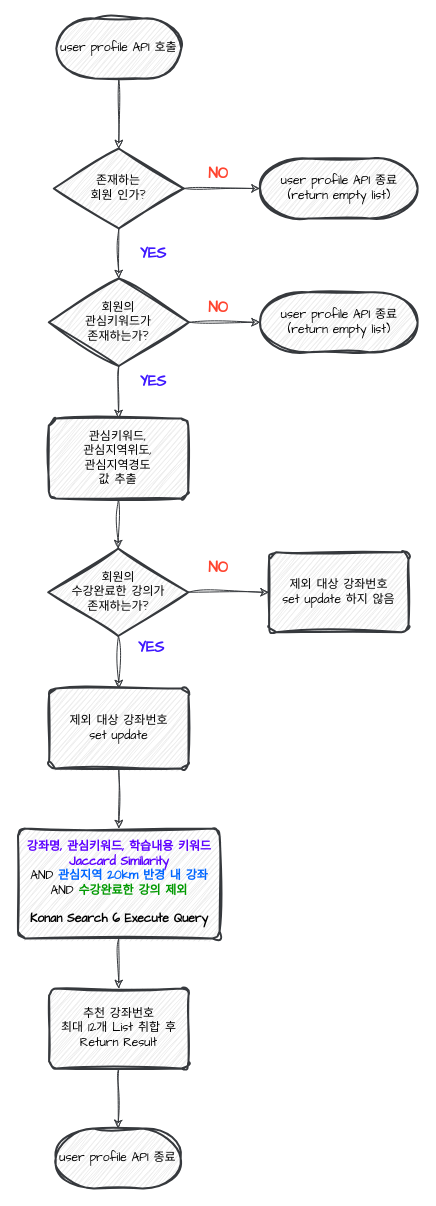
Above: user_profile.drawio in k1mtaeye07/nile (draw.io), before the change. Source tidied: cells renumbered, new cells numbered last; positions are measured from the earlier drawing's top-left corner, leaving out a move shared by most shapes. Both pictures are drawn from the tidied source at 100%, with x=0, y=0 at pixel (18, 18).
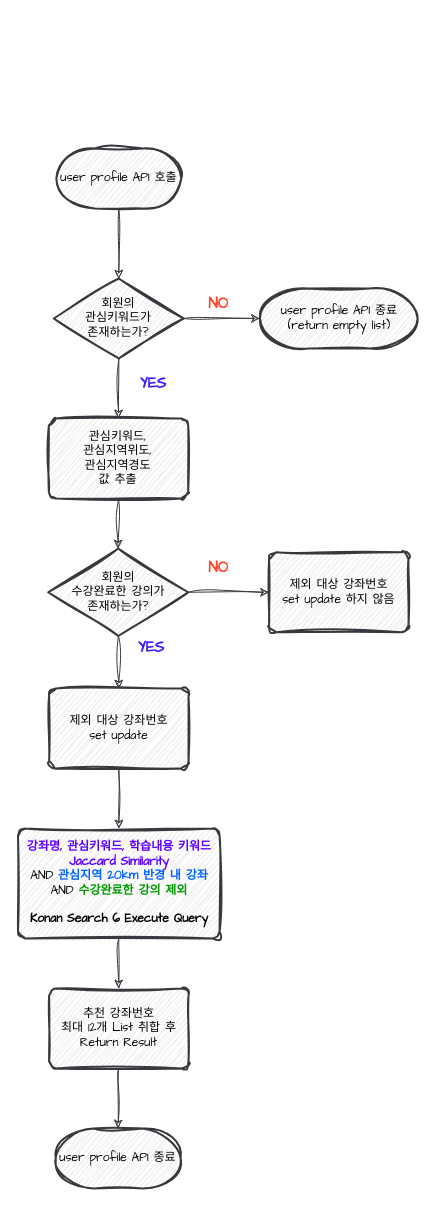
The same page after the edit.

Unchanged cells that the change refers to:
```xml
<mxCell id="14" value="관심키워드,&lt;div&gt;관심지역위도,&lt;/div&gt;&lt;div&gt;관심지역경도&lt;/div&gt;&lt;div&gt;값 추출&lt;/div&gt;" style="rounded=1;whiteSpace=wrap;html=1;absoluteArcSize=1;arcSize=14;strokeWidth=2;sketch=1;hachureGap=4;jiggle=2;curveFitting=1;fontFamily=Architects Daughter;fillColor=#eeeeee;strokeColor=#36393d;" parent="1" vertex="1">
  <mxGeometry x="30.3" y="400" width="139.4" height="80" as="geometry" />
</mxCell>
```

Diff of the diagram source:
```diff
@@
     <mxCell id="2" value="user profile API 호출" style="strokeWidth=2;html=1;shape=mxgraph.flowchart.terminator;whiteSpace=wrap;sketch=1;hachureGap=4;jiggle=2;curveFitting=1;fontFamily=Architects Daughter;labelBackgroundColor=none;fontStyle=0;fillColor=#eeeeee;strokeColor=#36393d;" parent="1" vertex="1">
-      <mxGeometry x="37.8" width="125" height="60" as="geometry" />
+      <mxGeometry x="37.8" y="130" width="125" height="60" as="geometry" />
     </mxCell>
@@
-    <mxCell id="4" value="존재하는&lt;div&gt;회원 인가?&lt;/div&gt;" style="strokeWidth=2;html=1;shape=mxgraph.flowchart.decision;whiteSpace=wrap;sketch=1;hachureGap=4;jiggle=2;curveFitting=1;fontFamily=Architects Daughter;fillColor=#eeeeee;strokeColor=#36393d;" parent="1" vertex="1">
-      <mxGeometry x="35.3" y="130" width="130" height="80" as="geometry" />
+    <mxCell id="4" value="회원의&lt;div&gt;관심키워드가&lt;div&gt;존재하는가?&lt;/div&gt;&lt;/div&gt;" style="strokeWidth=2;html=1;shape=mxgraph.flowchart.decision;whiteSpace=wrap;sketch=1;hachureGap=4;jiggle=2;curveFitting=1;fontFamily=Architects Daughter;fillColor=#eeeeee;strokeColor=#36393d;" parent="1" vertex="1">
+      <mxGeometry x="35.3" y="260" width="130" height="80" as="geometry" />
     </mxCell>
@@
     <mxCell id="6" value="YES" style="text;html=1;align=center;verticalAlign=middle;whiteSpace=wrap;rounded=0;fontFamily=Architects Daughter;fontSize=15;fillColor=none;fontStyle=1;fontColor=#3E17FF;" parent="1" vertex="1">
-      <mxGeometry x="105.3" y="220" width="60" height="30" as="geometry" />
+      <mxGeometry x="105.3" y="350" width="60" height="30" as="geometry" />
     </mxCell>
-    <mxCell id="7" style="endArrow=classic;html=1;rounded=0;sketch=1;hachureGap=4;jiggle=2;curveFitting=1;fontFamily=Architects Daughter;exitX=0.5;exitY=1;exitDx=0;exitDy=0;exitPerimeter=0;entryX=0.5;entryY=0;entryDx=0;entryDy=0;entryPerimeter=0;fillColor=#eeeeee;strokeColor=#36393d;" parent="1" edge="1" source="4" target="9">
+    <mxCell id="7" style="endArrow=classic;html=1;rounded=0;sketch=1;hachureGap=4;jiggle=2;curveFitting=1;fontFamily=Architects Daughter;exitX=0.5;exitY=1;exitDx=0;exitDy=0;exitPerimeter=0;fillColor=#eeeeee;strokeColor=#36393d;" parent="1" edge="1" source="4" target="14">
       <mxGeometry relative="1" as="geometry" />
     </mxCell>
     <mxCell id="8" value="user profile API&amp;nbsp;&lt;span style=&quot;background-color: initial;&quot;&gt;종료&lt;/span&gt;&lt;div&gt;&lt;span style=&quot;background-color: initial;&quot;&gt;(return empty list)&lt;/span&gt;&lt;/div&gt;" style="strokeWidth=2;html=1;shape=mxgraph.flowchart.terminator;whiteSpace=wrap;sketch=1;hachureGap=4;jiggle=2;curveFitting=1;fontFamily=Architects Daughter;fillColor=#eeeeee;strokeColor=#36393d;" parent="1" vertex="1">
-      <mxGeometry x="241.6" y="140" width="157.5" height="60" as="geometry" />
+      <mxGeometry x="241.6" y="270" width="157.5" height="60" as="geometry" />
     </mxCell>
-    <mxCell id="9" value="회원의&lt;div&gt;관심키워드가&lt;div&gt;존재하는가?&lt;/div&gt;&lt;/div&gt;" style="strokeWidth=2;html=1;shape=mxgraph.flowchart.decision;whiteSpace=wrap;sketch=1;hachureGap=4;jiggle=2;curveFitting=1;fontFamily=Architects Daughter;fillColor=#eeeeee;strokeColor=#36393d;" parent="1" vertex="1">
-      <mxGeometry x="30.3" y="260" width="140" height="87.5" as="geometry" />
-    </mxCell>
-    <mxCell id="10" style="endArrow=classic;html=1;rounded=0;sketch=1;hachureGap=4;jiggle=2;curveFitting=1;fontFamily=Architects Daughter;exitX=1;exitY=0.5;exitDx=0;exitDy=0;exitPerimeter=0;entryX=0;entryY=0.5;entryDx=0;entryDy=0;entryPerimeter=0;fillColor=#eeeeee;strokeColor=#36393d;" parent="1" edge="1" source="9" target="13">
-      <mxGeometry relative="1" as="geometry" />
-    </mxCell>
     <mxCell id="11" value="NO" style="text;html=1;align=center;verticalAlign=middle;whiteSpace=wrap;rounded=0;fontFamily=Architects Daughter;fontSize=15;fillColor=none;fontStyle=1;fontColor=#FF432E;" parent="1" vertex="1">
-      <mxGeometry x="170.3" y="140" width="60" height="30" as="geometry" />
+      <mxGeometry x="170.3" y="270" width="60" height="30" as="geometry" />
     </mxCell>
-    <mxCell id="12" style="endArrow=classic;html=1;rounded=0;sketch=1;hachureGap=4;jiggle=2;curveFitting=1;fontFamily=Architects Daughter;exitX=0.5;exitY=1;exitDx=0;exitDy=0;exitPerimeter=0;entryX=0.5;entryY=0;entryDx=0;entryDy=0;fillColor=#eeeeee;strokeColor=#36393d;" parent="1" edge="1" source="9" target="14">
-      <mxGeometry relative="1" as="geometry" />
-    </mxCell>
-    <mxCell id="13" value="user profile API&amp;nbsp;&lt;span style=&quot;background-color: initial;&quot;&gt;종료&lt;/span&gt;&lt;div&gt;&lt;span style=&quot;background-color: initial;&quot;&gt;(return empty list)&lt;/span&gt;&lt;/div&gt;" style="strokeWidth=2;html=1;shape=mxgraph.flowchart.terminator;whiteSpace=wrap;sketch=1;hachureGap=4;jiggle=2;curveFitting=1;fontFamily=Architects Daughter;fillColor=#eeeeee;strokeColor=#36393d;" parent="1" vertex="1">
-      <mxGeometry x="241.6" y="273.8" width="157.5" height="60" as="geometry" />
-    </mxCell>
@@
-    <mxCell id="25" value="NO" style="text;html=1;align=center;verticalAlign=middle;whiteSpace=wrap;rounded=0;fontFamily=Architects Daughter;fontSize=15;fillColor=none;fontStyle=1;fontColor=#FF432E;" parent="1" vertex="1">
-      <mxGeometry x="170.3" y="273.8" width="60" height="30" as="geometry" />
-    </mxCell>
@@
-    <mxCell id="27" value="YES" style="text;html=1;align=center;verticalAlign=middle;whiteSpace=wrap;rounded=0;fontFamily=Architects Daughter;fontSize=15;fillColor=none;fontStyle=1;fontColor=#3E17FF;" parent="1" vertex="1">
-      <mxGeometry x="105.3" y="347.5" width="60" height="30" as="geometry" />
-    </mxCell>
```
